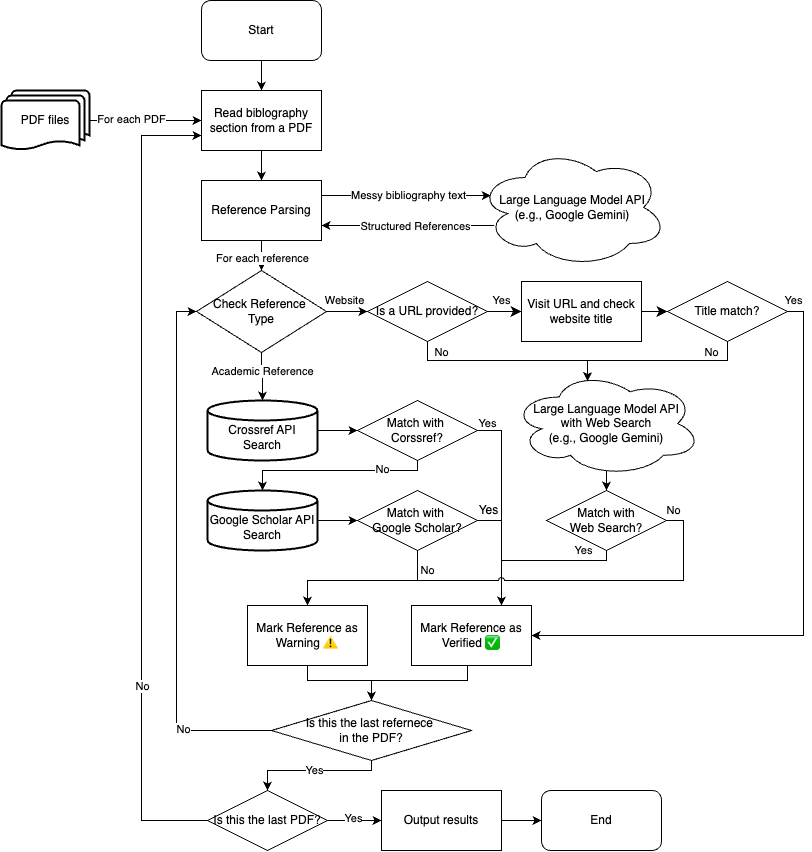
The draw.io diagram images/flowchart.drawio.png in ykangw/VeriExCiting, before a commit. Source tidied: cells renumbered, new cells last; positions are measured from the earlier drawing's top-left corner, leaving out a move shared by most shapes.
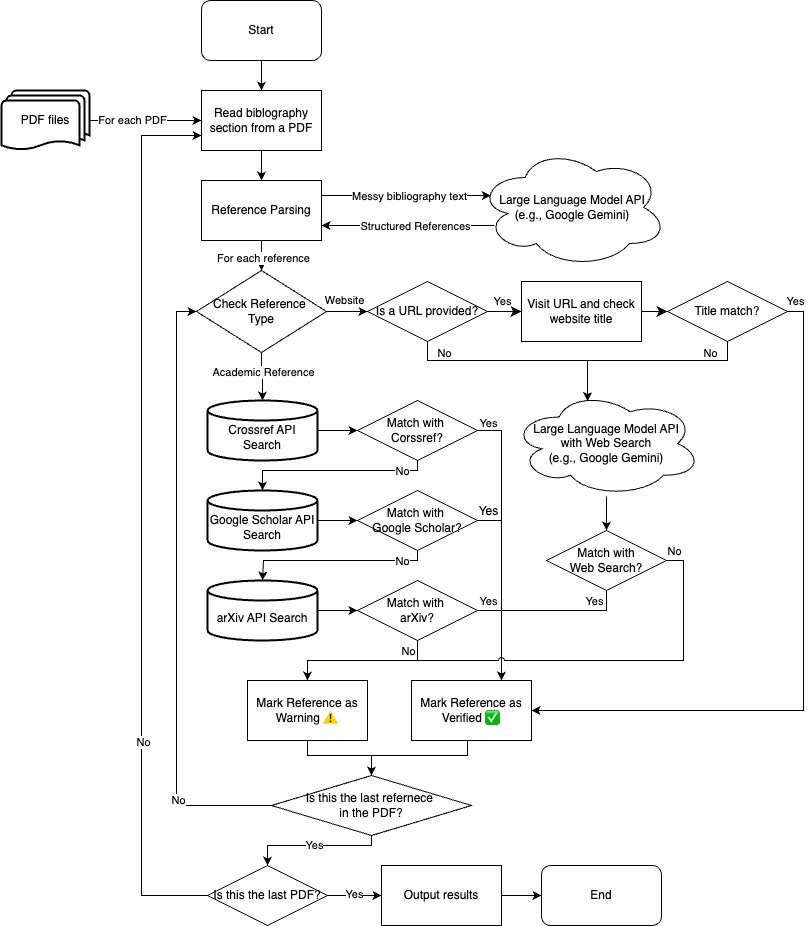
The same diagram one commit later.

Commit message:
doc: update flowchart - add arXiv validation step

Change to the diagram source:
```diff
@@ -53,7 +53,7 @@
     </mxCell>
     <mxCell id="16" value="Yes" style="edgeLabel;html=1;align=center;verticalAlign=middle;" parent="15" vertex="1">
       <mxGeometry x="-0.73" relative="1" as="geometry">
-        <mxPoint x="-14" y="-10" as="offset" />
+        <mxPoint x="-14" y="-21" as="offset" />
       </mxGeometry>
     </mxCell>
     <mxCell id="17" value="Match with&amp;nbsp;&lt;div&gt;Corssref?&lt;/div&gt;" style="shape=rhombus;perimeter=rhombusPerimeter;whiteSpace=wrap;html=1;align=center;" parent="1" vertex="1">
@@ -69,20 +69,20 @@
     </mxCell>
     <mxCell id="19" value="Yes" style="edgeLabel;html=1;align=center;verticalAlign=middle;fontSize=12;" parent="18" vertex="1">
       <mxGeometry x="-0.8" y="-1" relative="1" as="geometry">
-        <mxPoint y="-11" as="offset" />
+        <mxPoint x="-8" y="-11" as="offset" />
       </mxGeometry>
     </mxCell>
-    <mxCell id="20" style="edgeStyle=orthogonalEdgeStyle;rounded=0;jettySize=auto;html=1;entryX=0.5;entryY=0;entryDx=0;entryDy=0;" parent="1" edge="1" source="22" target="36">
+    <mxCell id="20" style="edgeStyle=orthogonalEdgeStyle;rounded=0;jettySize=auto;html=1;entryX=0.5;entryY=0;entryDx=0;entryDy=0;entryPerimeter=0;" parent="1" edge="1" source="22" target="76">
       <mxGeometry relative="1" as="geometry">
         <Array as="points">
-          <mxPoint x="416" y="580" />
-          <mxPoint x="306" y="580" />
+          <mxPoint x="416" y="560" />
+          <mxPoint x="262" y="560" />
         </Array>
       </mxGeometry>
     </mxCell>
     <mxCell id="21" value="No" style="edgeLabel;html=1;align=center;verticalAlign=middle;" parent="20" vertex="1">
       <mxGeometry x="-0.34" relative="1" as="geometry">
-        <mxPoint x="35" y="-10" as="offset" />
+        <mxPoint x="35" as="offset" />
       </mxGeometry>
     </mxCell>
     <mxCell id="22" value="Match with&amp;nbsp;&lt;div&gt;Google Scholar?&lt;/div&gt;" style="shape=rhombus;perimeter=rhombusPerimeter;whiteSpace=wrap;html=1;align=center;" parent="1" vertex="1">
@@ -123,70 +123,72 @@
       </mxGeometry>
     </mxCell>
     <mxCell id="32" value="No" style="edgeLabel;html=1;align=center;verticalAlign=middle;" parent="31" vertex="1">
-      <mxGeometry x="-0.51" y="-1" relative="1" as="geometry" />
+      <mxGeometry x="-0.51" y="-1" relative="1" as="geometry">
+        <mxPoint x="19" y="1" as="offset" />
+      </mxGeometry>
     </mxCell>
     <mxCell id="33" style="edgeStyle=orthogonalEdgeStyle;rounded=0;jettySize=auto;html=1;entryX=0.5;entryY=0;entryDx=0;entryDy=0;" parent="1" edge="1" source="34" target="47">
       <mxGeometry relative="1" as="geometry">
         <Array as="points">
-          <mxPoint x="466" y="680" />
-          <mxPoint x="370" y="680" />
+          <mxPoint x="466" y="755" />
+          <mxPoint x="370" y="755" />
         </Array>
       </mxGeometry>
     </mxCell>
     <mxCell id="34" value="Mark Reference as Verified ✅" style="rounded=0;whiteSpace=wrap;html=1;" parent="1" vertex="1">
-      <mxGeometry x="410" y="605" width="120" height="60" as="geometry" />
+      <mxGeometry x="410" y="680" width="120" height="60" as="geometry" />
     </mxCell>
     <mxCell id="35" style="edgeStyle=orthogonalEdgeStyle;rounded=0;jettySize=auto;html=1;entryX=0.5;entryY=0;entryDx=0;entryDy=0;exitX=0.5;exitY=1;exitDx=0;exitDy=0;" parent="1" edge="1" source="36" target="47">
       <mxGeometry relative="1" as="geometry">
         <Array as="points">
-          <mxPoint x="306" y="680" />
-          <mxPoint x="370" y="680" />
+          <mxPoint x="306" y="755" />
+          <mxPoint x="370" y="755" />
         </Array>
       </mxGeometry>
     </mxCell>
     <mxCell id="36" value="Mark Reference as Warning ⚠️" style="rounded=0;whiteSpace=wrap;html=1;" parent="1" vertex="1">
-      <mxGeometry x="246" y="605" width="120" height="60" as="geometry" />
+      <mxGeometry x="246" y="680" width="120" height="60" as="geometry" />
     </mxCell>
     <mxCell id="37" style="edgeStyle=orthogonalEdgeStyle;rounded=0;jettySize=auto;html=1;" parent="1" edge="1" source="38" target="43">
       <mxGeometry relative="1" as="geometry" />
     </mxCell>
     <mxCell id="38" value="&lt;div&gt;Large Language Model API&lt;/div&gt;&lt;div&gt;with Web Search&lt;/div&gt;(e.g., Google Gemini)" style="ellipse;shape=cloud;whiteSpace=wrap;html=1;align=center;" parent="1" vertex="1">
-      <mxGeometry x="510" y="370" width="190" height="106" as="geometry" />
+      <mxGeometry x="510" y="390" width="190" height="106" as="geometry" />
     </mxCell>
     <mxCell id="39" style="edgeStyle=orthogonalEdgeStyle;rounded=0;jettySize=auto;html=1;exitX=1;exitY=0.5;exitDx=0;exitDy=0;entryX=0.5;entryY=0;entryDx=0;entryDy=0;jumpStyle=arc;" parent="1" edge="1" source="43" target="36">
       <mxGeometry relative="1" as="geometry">
         <Array as="points">
-          <mxPoint x="682" y="520" />
-          <mxPoint x="682" y="580" />
-          <mxPoint x="306" y="580" />
+          <mxPoint x="682" y="560" />
+          <mxPoint x="682" y="660" />
+          <mxPoint x="306" y="660" />
         </Array>
       </mxGeometry>
     </mxCell>
     <mxCell id="40" value="No" style="edgeLabel;html=1;align=center;verticalAlign=middle;" parent="39" vertex="1">
       <mxGeometry x="-0.42" y="2" relative="1" as="geometry">
-        <mxPoint x="52" y="-72" as="offset" />
+        <mxPoint x="22" y="-112" as="offset" />
       </mxGeometry>
     </mxCell>
     <mxCell id="41" style="edgeStyle=orthogonalEdgeStyle;rounded=0;jettySize=auto;html=1;entryX=0.75;entryY=0;entryDx=0;entryDy=0;" parent="1" edge="1" source="43" target="34">
       <mxGeometry relative="1" as="geometry">
         <Array as="points">
-          <mxPoint x="605" y="560" />
-          <mxPoint x="500" y="560" />
+          <mxPoint x="605" y="610" />
+          <mxPoint x="500" y="610" />
         </Array>
       </mxGeometry>
     </mxCell>
     <mxCell id="42" value="Yes" style="edgeLabel;html=1;align=center;verticalAlign=middle;" parent="41" vertex="1">
       <mxGeometry x="-0.76" relative="1" as="geometry">
-        <mxPoint x="-14" y="-10" as="offset" />
+        <mxPoint x="-9" y="-10" as="offset" />
       </mxGeometry>
     </mxCell>
     <mxCell id="43" value="Match with&lt;div&gt;Web Search?&lt;/div&gt;" style="shape=rhombus;perimeter=rhombusPerimeter;whiteSpace=wrap;html=1;align=center;" parent="1" vertex="1">
-      <mxGeometry x="545" y="490" width="120" height="60" as="geometry" />
+      <mxGeometry x="545" y="530" width="120" height="60" as="geometry" />
     </mxCell>
     <mxCell id="44" style="edgeStyle=orthogonalEdgeStyle;rounded=0;jettySize=auto;html=1;entryX=0;entryY=0.5;entryDx=0;entryDy=0;" parent="1" edge="1" source="47" target="30">
       <mxGeometry relative="1" as="geometry">
         <Array as="points">
-          <mxPoint x="175" y="730" />
+          <mxPoint x="175" y="805" />
           <mxPoint x="175" y="311" />
         </Array>
       </mxGeometry>
@@ -197,18 +199,18 @@
     <mxCell id="46" value="Yes" style="edgeStyle=orthogonalEdgeStyle;rounded=0;jettySize=auto;html=1;" parent="1" edge="1" source="47" target="52">
       <mxGeometry relative="1" as="geometry">
         <Array as="points">
-          <mxPoint x="370" y="770" />
-          <mxPoint x="266" y="770" />
+          <mxPoint x="370" y="845" />
+          <mxPoint x="266" y="845" />
         </Array>
       </mxGeometry>
     </mxCell>
     <mxCell id="47" value="Is this the last refernece&amp;nbsp;&lt;div&gt;in the PDF?&lt;/div&gt;" style="shape=rhombus;perimeter=rhombusPerimeter;whiteSpace=wrap;html=1;align=center;" parent="1" vertex="1">
-      <mxGeometry x="270" y="700" width="200" height="60" as="geometry" />
+      <mxGeometry x="270" y="775" width="200" height="60" as="geometry" />
     </mxCell>
     <mxCell id="48" style="edgeStyle=orthogonalEdgeStyle;rounded=0;jettySize=auto;html=1;entryX=0;entryY=0.75;entryDx=0;entryDy=0;" parent="1" edge="1" source="52" target="8">
       <mxGeometry relative="1" as="geometry">
         <Array as="points">
-          <mxPoint x="140" y="820" />
+          <mxPoint x="140" y="895" />
           <mxPoint x="140" y="135" />
         </Array>
       </mxGeometry>
@@ -223,16 +225,16 @@
       <mxGeometry x="-0.05" y="2" relative="1" as="geometry" />
     </mxCell>
     <mxCell id="52" value="Is this the last PDF?" style="shape=rhombus;perimeter=rhombusPerimeter;whiteSpace=wrap;html=1;align=center;" parent="1" vertex="1">
-      <mxGeometry x="206" y="790" width="120" height="60" as="geometry" />
+      <mxGeometry x="206" y="865" width="120" height="60" as="geometry" />
     </mxCell>
     <mxCell id="53" value="End" style="rounded=1;whiteSpace=wrap;html=1;" parent="1" vertex="1">
-      <mxGeometry x="540" y="790" width="120" height="60" as="geometry" />
+      <mxGeometry x="540" y="865" width="120" height="60" as="geometry" />
     </mxCell>
     <mxCell id="54" style="edgeStyle=orthogonalEdgeStyle;rounded=0;jettySize=auto;html=1;" parent="1" edge="1" source="55" target="53">
       <mxGeometry relative="1" as="geometry" />
     </mxCell>
     <mxCell id="55" value="Output results" style="rounded=0;whiteSpace=wrap;html=1;" parent="1" vertex="1">
-      <mxGeometry x="380" y="790" width="120" height="60" as="geometry" />
+      <mxGeometry x="380" y="865" width="120" height="60" as="geometry" />
     </mxCell>
     <mxCell id="56" style="endArrow=classic;html=1;rounded=0;exitX=1;exitY=0.25;exitDx=0;exitDy=0;entryX=0.07;entryY=0.4;entryDx=0;entryDy=0;entryPerimeter=0;" parent="1" edge="1" source="14" target="11">
       <mxGeometry relative="1" as="geometry" />
@@ -263,7 +265,7 @@
       <mxGeometry relative="1" as="geometry">
         <Array as="points">
           <mxPoint x="802" y="311" />
-          <mxPoint x="802" y="635" />
+          <mxPoint x="802" y="710" />
         </Array>
       </mxGeometry>
     </mxCell>
@@ -298,8 +300,35 @@
     </mxCell>
     <mxCell id="69" value="No" style="edgeLabel;html=1;align=center;verticalAlign=middle;" parent="68" vertex="1">
       <mxGeometry x="-0.81" y="2" relative="1" as="geometry">
-        <mxPoint x="-18" y="-6" as="offset" />
+        <mxPoint x="-18" y="-10" as="offset" />
       </mxGeometry>
     </mxCell>
+    <mxCell id="70" value="No" style="edgeLabel;html=1;align=center;verticalAlign=middle;" parent="1" vertex="1">
+      <mxGeometry x="406" y="650" as="geometry" />
+    </mxCell>
+    <mxCell id="71" style="edgeStyle=orthogonalEdgeStyle;rounded=0;jettySize=auto;html=1;entryX=0.5;entryY=0;entryDx=0;entryDy=0;" parent="1" edge="1" source="74" target="36">
+      <mxGeometry relative="1" as="geometry" />
+    </mxCell>
+    <mxCell id="72" style="edgeStyle=orthogonalEdgeStyle;rounded=0;jettySize=auto;html=1;entryX=0.75;entryY=0;entryDx=0;entryDy=0;" parent="1" edge="1" source="74" target="34">
+      <mxGeometry relative="1" as="geometry">
+        <Array as="points">
+          <mxPoint x="500" y="610" />
+        </Array>
+      </mxGeometry>
+    </mxCell>
+    <mxCell id="73" value="Yes" style="edgeLabel;html=1;align=center;verticalAlign=middle;" parent="72" vertex="1">
+      <mxGeometry x="-0.71" y="2" relative="1" as="geometry">
+        <mxPoint x="-4" y="-8" as="offset" />
+      </mxGeometry>
+    </mxCell>
+    <mxCell id="74" value="Match with&amp;nbsp;&lt;div&gt;arXiv?&lt;/div&gt;" style="shape=rhombus;perimeter=rhombusPerimeter;whiteSpace=wrap;html=1;align=center;" parent="1" vertex="1">
+      <mxGeometry x="356" y="580" width="120" height="60" as="geometry" />
+    </mxCell>
+    <mxCell id="75" style="edgeStyle=orthogonalEdgeStyle;rounded=0;jettySize=auto;html=1;" parent="1" edge="1" source="76" target="74">
+      <mxGeometry relative="1" as="geometry" />
+    </mxCell>
+    <mxCell id="76" value="&lt;div&gt;&lt;br&gt;&lt;/div&gt;arXiv API Search" style="strokeWidth=2;html=1;shape=mxgraph.flowchart.database;whiteSpace=wrap;" parent="1" vertex="1">
+      <mxGeometry x="206" y="580" width="110" height="60" as="geometry" />
+    </mxCell>
   </root>
 </mxGraphModel>
```
